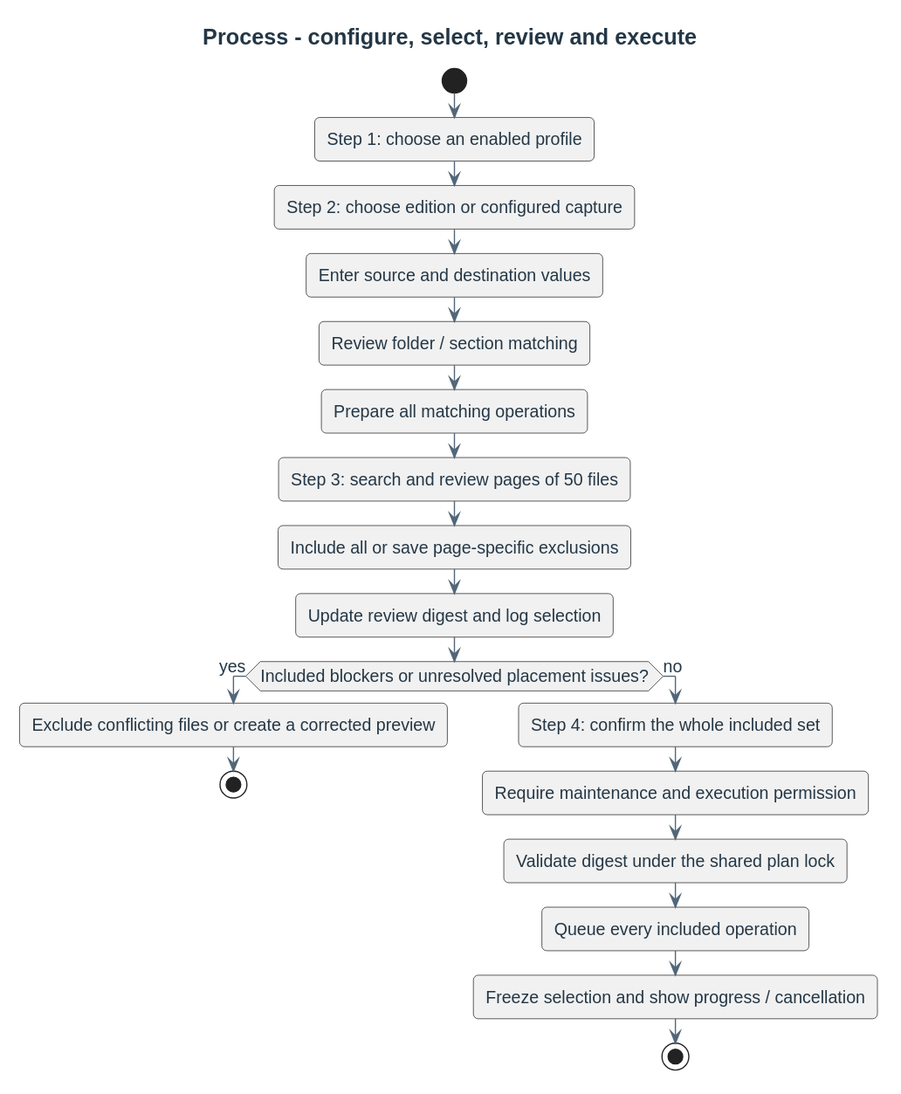
The PlantUML diagram docs/diagrams/behavior/processes/administration-migration.svg in didactika/moodle-local_coursefiles, before a commit.
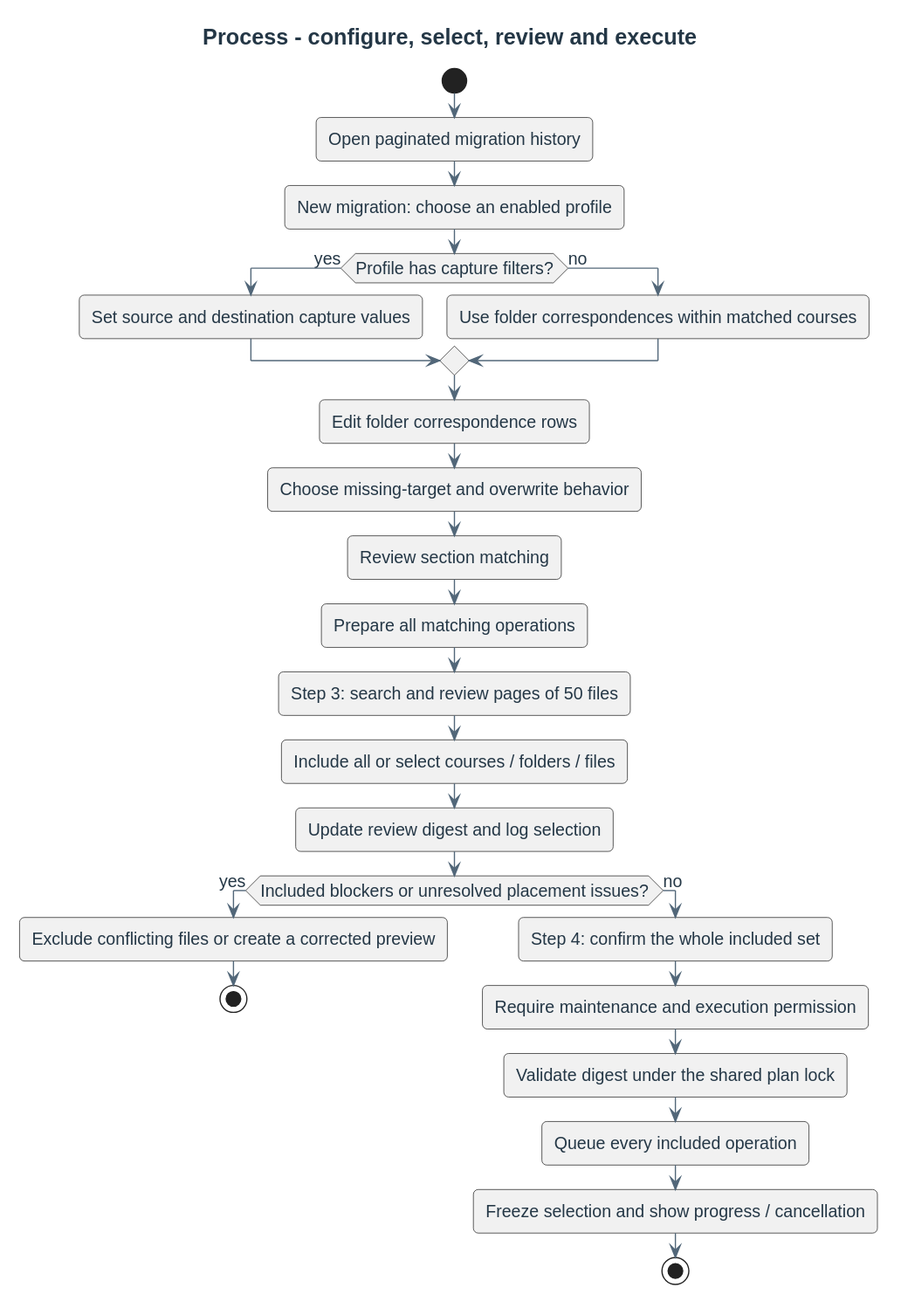
The same file after the commit.

What changed in the source:
```diff
@@ -2,13 +2,19 @@
 !include ../../_style.puml
 title Process - configure, select, review and execute
 start
-:Step 1: choose an enabled profile;
-:Step 2: choose edition or configured capture;
-:Enter source and destination values;
-:Review folder / section matching;
+:Open paginated migration history;
+:New migration: choose an enabled profile;
+if (Profile has capture filters?) then (yes)
+  :Set source and destination capture values;
+else (no)
+  :Use folder correspondences within matched courses;
+endif
+:Edit folder correspondence rows;
+:Choose missing-target and overwrite behavior;
+:Review section matching;
 :Prepare all matching operations;
 :Step 3: search and review pages of 50 files;
-:Include all or save page-specific exclusions;
+:Include all or select courses / folders / files;
 :Update review digest and log selection;
 if (Included blockers or unresolved placement issues?) then (yes)
   :Exclude conflicting files or create a corrected preview;
```
